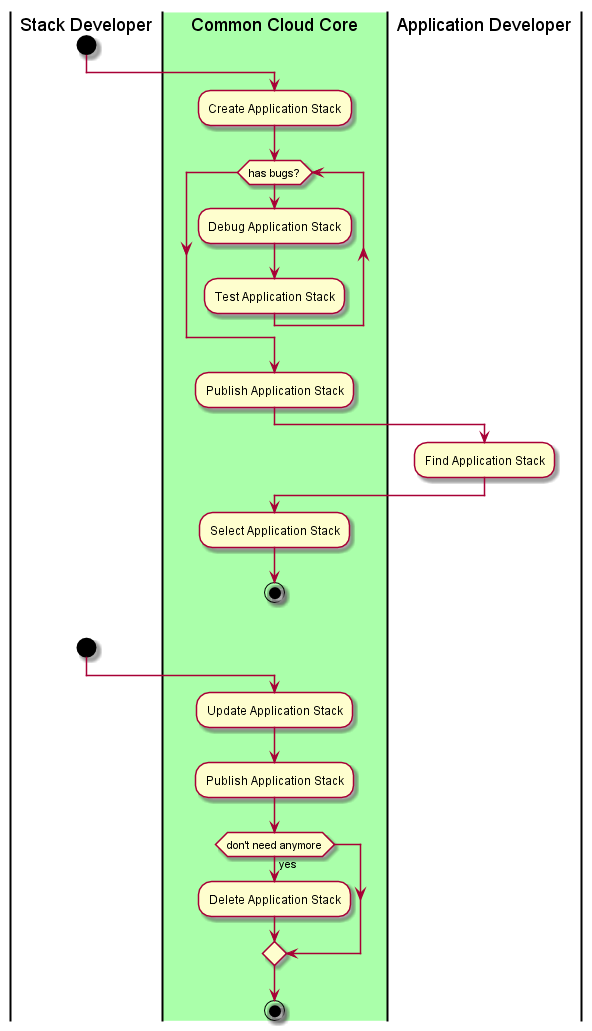
Earlier version of the PlantUML export docs/UseCases/Manage-Application-Stack/Activities.png (CAADE/C3).
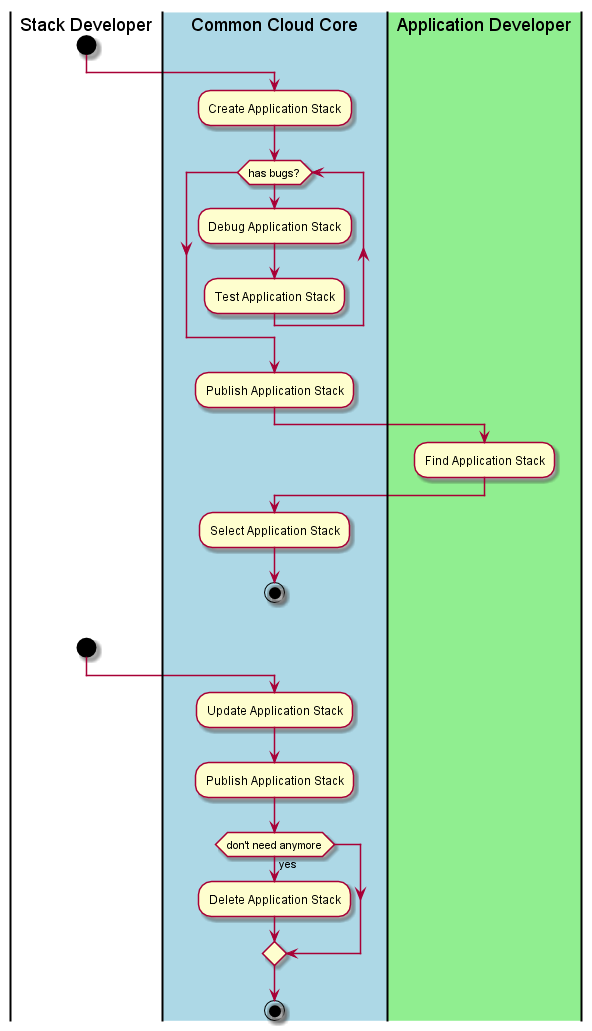
The same diagram one commit later.

The edit, as a diff of the source:
```diff
@@ -1,14 +1,14 @@
 @startuml
 |Stack Developer|
 start
-|#aaffaa|Common Cloud Core|
+|#lightblue|Common Cloud Core|
 :Create Application Stack;
 while(has bugs?)
 :Debug Application Stack;
 :Test Application Stack;
 endwhile
 :Publish Application Stack;
-|Application Developer|
+|#lightgreen|Application Developer|
 :Find Application Stack;
 |Common Cloud Core|
 :Select Application Stack;
```
